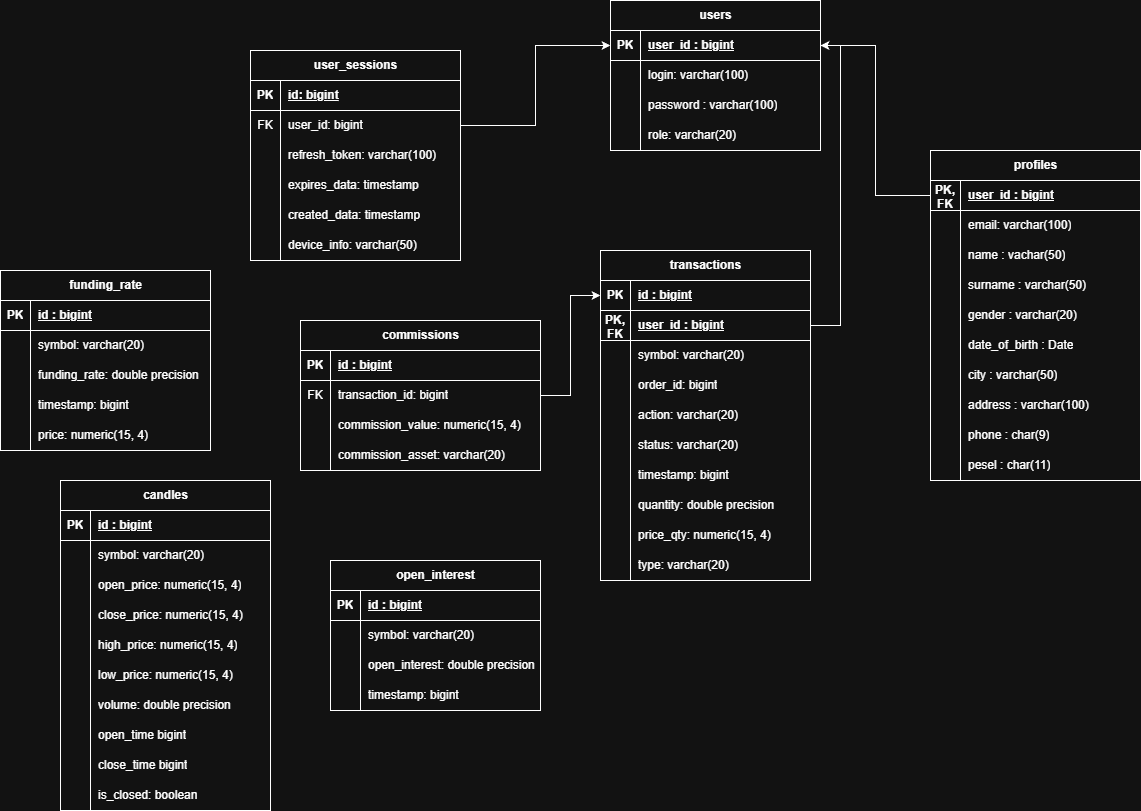
The draw.io diagram docs/db_schema.png in KonradHD/trading-system, before a commit. Source tidied: cells renumbered, new cells last; positions are measured from the earlier drawing's top-left corner, leaving out a move shared by most shapes.
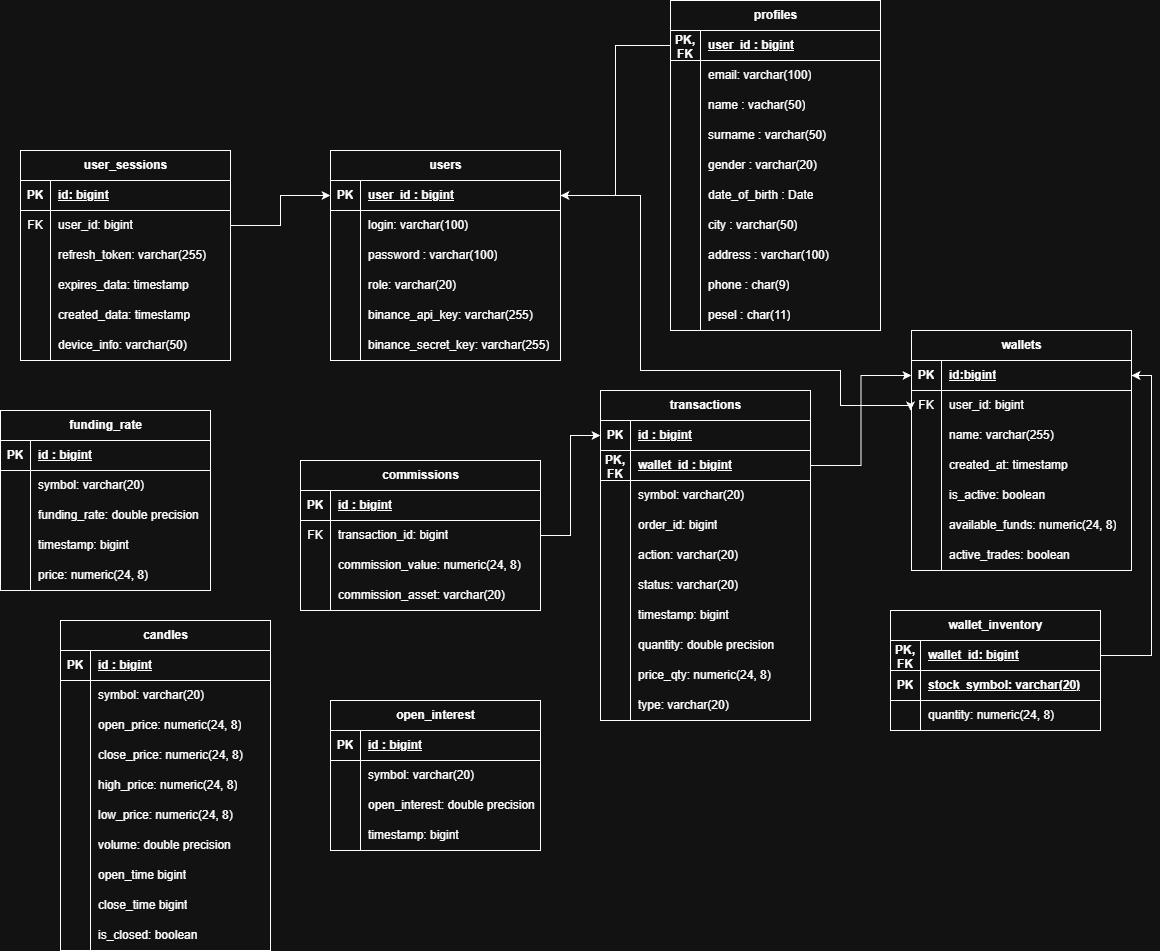
Above is the later version.

Diff of the diagram source:
```diff
@@ -5,6 +5,6 @@
     <mxCell id="2" value="users" style="shape=table;startSize=30;rowLines=0;fontStyle=1;align=center;html=1;" parent="1" vertex="1">
-      <mxGeometry x="610" width="210" height="150" as="geometry" />
+      <mxGeometry x="330" y="10" width="230" height="210" as="geometry" />
     </mxCell>
     <mxCell id="3" style="shape=tableRow;horizontal=0;startSize=0;swimlaneHead=0;swimlaneBody=0;fillColor=none;points=[[0,0.5],[1,0.5]];portConstraint=eastwest;top=0;left=0;right=0;bottom=1;" parent="2" vertex="1">
-      <mxGeometry y="30" width="210" height="30" as="geometry" />
+      <mxGeometry y="30" width="230" height="30" as="geometry" />
     </mxCell>
@@ -14,6 +14,6 @@
     <mxCell id="5" value="user_id : bigint" style="shape=partialRectangle;fillColor=none;top=0;left=0;bottom=0;right=0;align=left;spacingLeft=6;fontStyle=5;overflow=hidden;whiteSpace=wrap;html=1;" parent="3" vertex="1">
-      <mxGeometry x="30" width="180" height="30" as="geometry" />
+      <mxGeometry x="30" width="200" height="30" as="geometry" />
     </mxCell>
     <mxCell id="6" style="shape=tableRow;horizontal=0;startSize=0;swimlaneHead=0;swimlaneBody=0;fillColor=none;top=0;left=0;right=0;bottom=0;" parent="2" vertex="1">
-      <mxGeometry y="60" width="210" height="30" as="geometry" />
+      <mxGeometry y="60" width="230" height="30" as="geometry" />
     </mxCell>
@@ -23,6 +23,6 @@
     <mxCell id="8" value="login: varchar(100)" style="shape=partialRectangle;fillColor=none;top=0;left=0;bottom=0;right=0;align=left;spacingLeft=6;overflow=hidden;whiteSpace=wrap;html=1;" parent="6" vertex="1">
-      <mxGeometry x="30" width="180" height="30" as="geometry" />
+      <mxGeometry x="30" width="200" height="30" as="geometry" />
     </mxCell>
     <mxCell id="9" style="shape=tableRow;horizontal=0;startSize=0;swimlaneHead=0;swimlaneBody=0;fillColor=none;top=0;left=0;right=0;bottom=0;" parent="2" vertex="1">
-      <mxGeometry y="90" width="210" height="30" as="geometry" />
+      <mxGeometry y="90" width="230" height="30" as="geometry" />
     </mxCell>
@@ -32,6 +32,24 @@
     <mxCell id="11" value="password : varchar(100)" style="shape=partialRectangle;fillColor=none;top=0;left=0;bottom=0;right=0;align=left;spacingLeft=6;overflow=hidden;whiteSpace=wrap;html=1;" parent="9" vertex="1">
-      <mxGeometry x="30" width="180" height="30" as="geometry" />
+      <mxGeometry x="30" width="200" height="30" as="geometry" />
     </mxCell>
+    <mxCell id="173" style="shape=tableRow;horizontal=0;startSize=0;swimlaneHead=0;swimlaneBody=0;fillColor=none;top=0;left=0;right=0;bottom=0;" parent="2" vertex="1">
+      <mxGeometry y="120" width="230" height="30" as="geometry" />
+    </mxCell>
+    <mxCell id="174" style="shape=partialRectangle;fillColor=none;top=0;left=0;bottom=0;right=0;overflow=hidden;whiteSpace=wrap;html=1;" parent="173" vertex="1">
+      <mxGeometry width="30" height="30" as="geometry" />
+    </mxCell>
+    <mxCell id="175" value="role: varchar(20)" style="shape=partialRectangle;fillColor=none;top=0;left=0;bottom=0;right=0;align=left;spacingLeft=6;overflow=hidden;whiteSpace=wrap;html=1;" parent="173" vertex="1">
+      <mxGeometry x="30" width="200" height="30" as="geometry" />
+    </mxCell>
+    <mxCell id="176" style="shape=tableRow;horizontal=0;startSize=0;swimlaneHead=0;swimlaneBody=0;fillColor=none;top=0;left=0;right=0;bottom=0;" parent="2" vertex="1">
+      <mxGeometry y="150" width="230" height="30" as="geometry" />
+    </mxCell>
+    <mxCell id="177" style="shape=partialRectangle;fillColor=none;top=0;left=0;bottom=0;right=0;overflow=hidden;whiteSpace=wrap;html=1;" parent="176" vertex="1">
+      <mxGeometry width="30" height="30" as="geometry" />
+    </mxCell>
+    <mxCell id="178" value="binance_api_key: varchar(255)" style="shape=partialRectangle;fillColor=none;top=0;left=0;bottom=0;right=0;align=left;spacingLeft=6;overflow=hidden;whiteSpace=wrap;html=1;" parent="176" vertex="1">
+      <mxGeometry x="30" width="200" height="30" as="geometry" />
+    </mxCell>
     <mxCell id="12" style="shape=tableRow;horizontal=0;startSize=0;swimlaneHead=0;swimlaneBody=0;fillColor=none;top=0;left=0;right=0;bottom=0;" parent="2" vertex="1">
-      <mxGeometry y="120" width="210" height="30" as="geometry" />
+      <mxGeometry y="180" width="230" height="30" as="geometry" />
     </mxCell>
@@ -40,7 +58,7 @@
     </mxCell>
-    <mxCell id="14" value="role: varchar(20)" style="shape=partialRectangle;fillColor=none;top=0;left=0;bottom=0;right=0;align=left;spacingLeft=6;overflow=hidden;whiteSpace=wrap;html=1;" parent="12" vertex="1">
-      <mxGeometry x="30" width="180" height="30" as="geometry" />
+    <mxCell id="14" value="binance_secret_key: varchar(255)" style="shape=partialRectangle;fillColor=none;top=0;left=0;bottom=0;right=0;align=left;spacingLeft=6;overflow=hidden;whiteSpace=wrap;html=1;" parent="12" vertex="1">
+      <mxGeometry x="30" width="200" height="30" as="geometry" />
     </mxCell>
     <mxCell id="15" value="profiles" style="shape=table;startSize=30;rowLines=0;fontStyle=1;align=center;html=1;" parent="1" vertex="1">
-      <mxGeometry x="930" y="150" width="210" height="330" as="geometry" />
+      <mxGeometry x="670" y="-140" width="210" height="330" as="geometry" />
     </mxCell>
@@ -140,3 +158,3 @@
     <mxCell id="47" value="user_sessions" style="shape=table;startSize=30;rowLines=0;fontStyle=1;align=center;html=1;" parent="1" vertex="1">
-      <mxGeometry x="250" y="50" width="210" height="210" as="geometry" />
+      <mxGeometry x="20" y="10" width="210" height="210" as="geometry" />
     </mxCell>
@@ -166,3 +184,3 @@
     </mxCell>
-    <mxCell id="56" value="refresh_token: varchar(100)" style="shape=partialRectangle;fillColor=none;top=0;left=0;bottom=0;right=0;align=left;spacingLeft=6;overflow=hidden;whiteSpace=wrap;html=1;" parent="54" vertex="1">
+    <mxCell id="56" value="refresh_token: varchar(255)" style="shape=partialRectangle;fillColor=none;top=0;left=0;bottom=0;right=0;align=left;spacingLeft=6;overflow=hidden;whiteSpace=wrap;html=1;" parent="54" vertex="1">
       <mxGeometry x="30" width="180" height="30" as="geometry" />
@@ -226,3 +244,3 @@
     </mxCell>
-    <mxCell id="76" value="open_price: numeric(15, 4)" style="shape=partialRectangle;fillColor=none;top=0;left=0;bottom=0;right=0;align=left;spacingLeft=6;overflow=hidden;whiteSpace=wrap;html=1;" parent="74" vertex="1">
+    <mxCell id="76" value="open_price: numeric(24, 8)" style="shape=partialRectangle;fillColor=none;top=0;left=0;bottom=0;right=0;align=left;spacingLeft=6;overflow=hidden;whiteSpace=wrap;html=1;" parent="74" vertex="1">
       <mxGeometry x="30" width="180" height="30" as="geometry" />
@@ -235,3 +253,3 @@
     </mxCell>
-    <mxCell id="79" value="close_price: numeric(15, 4)" style="shape=partialRectangle;fillColor=none;top=0;left=0;bottom=0;right=0;align=left;spacingLeft=6;overflow=hidden;whiteSpace=wrap;html=1;" parent="77" vertex="1">
+    <mxCell id="79" value="close_price: numeric(24, 8)" style="shape=partialRectangle;fillColor=none;top=0;left=0;bottom=0;right=0;align=left;spacingLeft=6;overflow=hidden;whiteSpace=wrap;html=1;" parent="77" vertex="1">
       <mxGeometry x="30" width="180" height="30" as="geometry" />
@@ -244,3 +262,3 @@
     </mxCell>
-    <mxCell id="82" value="high_price: numeric(15, 4)" style="shape=partialRectangle;fillColor=none;top=0;left=0;bottom=0;right=0;align=left;spacingLeft=6;overflow=hidden;whiteSpace=wrap;html=1;" parent="80" vertex="1">
+    <mxCell id="82" value="high_price: numeric(24, 8)" style="shape=partialRectangle;fillColor=none;top=0;left=0;bottom=0;right=0;align=left;spacingLeft=6;overflow=hidden;whiteSpace=wrap;html=1;" parent="80" vertex="1">
       <mxGeometry x="30" width="180" height="30" as="geometry" />
@@ -253,3 +271,3 @@
     </mxCell>
-    <mxCell id="85" value="low_price: numeric(15, 4)" style="shape=partialRectangle;fillColor=none;top=0;left=0;bottom=0;right=0;align=left;spacingLeft=6;overflow=hidden;whiteSpace=wrap;html=1;" parent="83" vertex="1">
+    <mxCell id="85" value="low_price: numeric(24, 8)" style="shape=partialRectangle;fillColor=none;top=0;left=0;bottom=0;right=0;align=left;spacingLeft=6;overflow=hidden;whiteSpace=wrap;html=1;" parent="83" vertex="1">
       <mxGeometry x="30" width="180" height="30" as="geometry" />
@@ -376,3 +394,3 @@
     </mxCell>
-    <mxCell id="126" value="price: numeric(15, 4)" style="shape=partialRectangle;fillColor=none;top=0;left=0;bottom=0;right=0;align=left;spacingLeft=6;overflow=hidden;whiteSpace=wrap;html=1;" parent="124" vertex="1">
+    <mxCell id="126" value="price: numeric(24, 8)" style="shape=partialRectangle;fillColor=none;top=0;left=0;bottom=0;right=0;align=left;spacingLeft=6;overflow=hidden;whiteSpace=wrap;html=1;" parent="124" vertex="1">
       <mxGeometry x="30" width="180" height="30" as="geometry" />
@@ -397,3 +415,3 @@
     </mxCell>
-    <mxCell id="133" value="user_id : bigint" style="shape=partialRectangle;fillColor=none;top=0;left=0;bottom=0;right=0;align=left;spacingLeft=6;fontStyle=5;overflow=hidden;whiteSpace=wrap;html=1;" parent="131" vertex="1">
+    <mxCell id="133" value="wallet_id : bigint" style="shape=partialRectangle;fillColor=none;top=0;left=0;bottom=0;right=0;align=left;spacingLeft=6;fontStyle=5;overflow=hidden;whiteSpace=wrap;html=1;" parent="131" vertex="1">
       <mxGeometry x="30" width="180" height="30" as="geometry" />
@@ -460,3 +478,3 @@
     </mxCell>
-    <mxCell id="154" value="price_qty: numeric(15, 4)" style="shape=partialRectangle;fillColor=none;top=0;left=0;bottom=0;right=0;align=left;spacingLeft=6;overflow=hidden;whiteSpace=wrap;html=1;" parent="152" vertex="1">
+    <mxCell id="154" value="price_qty: numeric(24, 8)" style="shape=partialRectangle;fillColor=none;top=0;left=0;bottom=0;right=0;align=left;spacingLeft=6;overflow=hidden;whiteSpace=wrap;html=1;" parent="152" vertex="1">
       <mxGeometry x="30" width="180" height="30" as="geometry" />
@@ -499,3 +517,3 @@
     </mxCell>
-    <mxCell id="167" value="commission_value: numeric(15, 4)" style="shape=partialRectangle;fillColor=none;top=0;left=0;bottom=0;right=0;align=left;spacingLeft=6;overflow=hidden;whiteSpace=wrap;html=1;" parent="165" vertex="1">
+    <mxCell id="167" value="commission_value: numeric(24, 8)" style="shape=partialRectangle;fillColor=none;top=0;left=0;bottom=0;right=0;align=left;spacingLeft=6;overflow=hidden;whiteSpace=wrap;html=1;" parent="165" vertex="1">
       <mxGeometry x="30" width="210" height="30" as="geometry" />
@@ -514,5 +532,116 @@
     </mxCell>
-    <mxCell id="172" style="edgeStyle=orthogonalEdgeStyle;rounded=0;jettySize=auto;html=1;entryX=1;entryY=0.5;entryDx=0;entryDy=0;" parent="1" edge="1" source="131" target="3">
+    <mxCell id="172" style="edgeStyle=orthogonalEdgeStyle;rounded=0;jettySize=auto;html=1;entryX=0;entryY=0.5;entryDx=0;entryDy=0;" parent="1" edge="1" source="131" target="180">
       <mxGeometry relative="1" as="geometry" />
     </mxCell>
+    <mxCell id="179" value="wallets" style="shape=table;startSize=30;rowLines=0;fontStyle=1;align=center;html=1;" parent="1" vertex="1">
+      <mxGeometry x="911" y="190" width="220" height="240" as="geometry" />
+    </mxCell>
+    <mxCell id="180" style="shape=tableRow;horizontal=0;startSize=0;swimlaneHead=0;swimlaneBody=0;fillColor=none;points=[[0,0.5],[1,0.5]];portConstraint=eastwest;top=0;left=0;right=0;bottom=1;" parent="179" vertex="1">
+      <mxGeometry y="30" width="220" height="30" as="geometry" />
+    </mxCell>
+    <mxCell id="181" value="PK" style="shape=partialRectangle;fillColor=none;top=0;left=0;bottom=0;right=0;fontStyle=1;overflow=hidden;whiteSpace=wrap;html=1;" parent="180" vertex="1">
+      <mxGeometry width="30" height="30" as="geometry" />
+    </mxCell>
+    <mxCell id="182" value="id:bigint" style="shape=partialRectangle;fillColor=none;top=0;left=0;bottom=0;right=0;align=left;spacingLeft=6;fontStyle=5;overflow=hidden;whiteSpace=wrap;html=1;" parent="180" vertex="1">
+      <mxGeometry x="30" width="190" height="30" as="geometry" />
+    </mxCell>
+    <mxCell id="183" style="shape=tableRow;horizontal=0;startSize=0;swimlaneHead=0;swimlaneBody=0;fillColor=none;top=0;left=0;right=0;bottom=0;" parent="179" vertex="1">
+      <mxGeometry y="60" width="220" height="30" as="geometry" />
+    </mxCell>
+    <mxCell id="184" value="FK" style="shape=partialRectangle;fillColor=none;top=0;left=0;bottom=0;right=0;overflow=hidden;whiteSpace=wrap;html=1;" parent="183" vertex="1">
+      <mxGeometry width="30" height="30" as="geometry" />
+    </mxCell>
+    <mxCell id="185" value="user_id: bigint" style="shape=partialRectangle;fillColor=none;top=0;left=0;bottom=0;right=0;align=left;spacingLeft=6;overflow=hidden;whiteSpace=wrap;html=1;" parent="183" vertex="1">
+      <mxGeometry x="30" width="190" height="30" as="geometry" />
+    </mxCell>
+    <mxCell id="186" style="shape=tableRow;horizontal=0;startSize=0;swimlaneHead=0;swimlaneBody=0;fillColor=none;top=0;left=0;right=0;bottom=0;" parent="179" vertex="1">
+      <mxGeometry y="90" width="220" height="30" as="geometry" />
+    </mxCell>
+    <mxCell id="187" style="shape=partialRectangle;fillColor=none;top=0;left=0;bottom=0;right=0;overflow=hidden;whiteSpace=wrap;html=1;" parent="186" vertex="1">
+      <mxGeometry width="30" height="30" as="geometry" />
+    </mxCell>
+    <mxCell id="188" value="name: varchar(255)" style="shape=partialRectangle;fillColor=none;top=0;left=0;bottom=0;right=0;align=left;spacingLeft=6;overflow=hidden;whiteSpace=wrap;html=1;" parent="186" vertex="1">
+      <mxGeometry x="30" width="190" height="30" as="geometry" />
+    </mxCell>
+    <mxCell id="189" style="shape=tableRow;horizontal=0;startSize=0;swimlaneHead=0;swimlaneBody=0;fillColor=none;top=0;left=0;right=0;bottom=0;" parent="179" vertex="1">
+      <mxGeometry y="120" width="220" height="30" as="geometry" />
+    </mxCell>
+    <mxCell id="190" style="shape=partialRectangle;fillColor=none;top=0;left=0;bottom=0;right=0;overflow=hidden;whiteSpace=wrap;html=1;" parent="189" vertex="1">
+      <mxGeometry width="30" height="30" as="geometry" />
+    </mxCell>
+    <mxCell id="191" value="created_at: timestamp" style="shape=partialRectangle;fillColor=none;top=0;left=0;bottom=0;right=0;align=left;spacingLeft=6;overflow=hidden;whiteSpace=wrap;html=1;" parent="189" vertex="1">
+      <mxGeometry x="30" width="190" height="30" as="geometry" />
+    </mxCell>
+    <mxCell id="192" style="shape=tableRow;horizontal=0;startSize=0;swimlaneHead=0;swimlaneBody=0;fillColor=none;top=0;left=0;right=0;bottom=0;" parent="179" vertex="1">
+      <mxGeometry y="150" width="220" height="30" as="geometry" />
+    </mxCell>
+    <mxCell id="193" style="shape=partialRectangle;fillColor=none;top=0;left=0;bottom=0;right=0;overflow=hidden;whiteSpace=wrap;html=1;" parent="192" vertex="1">
+      <mxGeometry width="30" height="30" as="geometry" />
+    </mxCell>
+    <mxCell id="194" value="is_active: boolean" style="shape=partialRectangle;fillColor=none;top=0;left=0;bottom=0;right=0;align=left;spacingLeft=6;overflow=hidden;whiteSpace=wrap;html=1;" parent="192" vertex="1">
+      <mxGeometry x="30" width="190" height="30" as="geometry" />
+    </mxCell>
+    <mxCell id="195" style="shape=tableRow;horizontal=0;startSize=0;swimlaneHead=0;swimlaneBody=0;fillColor=none;top=0;left=0;right=0;bottom=0;" parent="179" vertex="1">
+      <mxGeometry y="180" width="220" height="30" as="geometry" />
+    </mxCell>
+    <mxCell id="196" style="shape=partialRectangle;fillColor=none;top=0;left=0;bottom=0;right=0;overflow=hidden;whiteSpace=wrap;html=1;" parent="195" vertex="1">
+      <mxGeometry width="30" height="30" as="geometry" />
+    </mxCell>
+    <mxCell id="197" value="available_funds: numeric(24, 8)" style="shape=partialRectangle;fillColor=none;top=0;left=0;bottom=0;right=0;align=left;spacingLeft=6;overflow=hidden;whiteSpace=wrap;html=1;" parent="195" vertex="1">
+      <mxGeometry x="30" width="190" height="30" as="geometry" />
+    </mxCell>
+    <mxCell id="198" style="shape=tableRow;horizontal=0;startSize=0;swimlaneHead=0;swimlaneBody=0;fillColor=none;top=0;left=0;right=0;bottom=0;" parent="179" vertex="1">
+      <mxGeometry y="210" width="220" height="30" as="geometry" />
+    </mxCell>
+    <mxCell id="199" style="shape=partialRectangle;fillColor=none;top=0;left=0;bottom=0;right=0;overflow=hidden;whiteSpace=wrap;html=1;" parent="198" vertex="1">
+      <mxGeometry width="30" height="30" as="geometry" />
+    </mxCell>
+    <mxCell id="200" value="active_trades: boolean" style="shape=partialRectangle;fillColor=none;top=0;left=0;bottom=0;right=0;align=left;spacingLeft=6;overflow=hidden;whiteSpace=wrap;html=1;" parent="198" vertex="1">
+      <mxGeometry x="30" width="190" height="30" as="geometry" />
+    </mxCell>
+    <mxCell id="201" value="wallet_inventory" style="shape=table;startSize=30;rowLines=0;fontStyle=1;align=center;html=1;" parent="1" vertex="1">
+      <mxGeometry x="890" y="470" width="210" height="120" as="geometry" />
+    </mxCell>
+    <mxCell id="202" style="shape=tableRow;horizontal=0;startSize=0;swimlaneHead=0;swimlaneBody=0;fillColor=none;points=[[0,0.5],[1,0.5]];portConstraint=eastwest;top=0;left=0;right=0;bottom=1;" parent="201" vertex="1">
+      <mxGeometry y="30" width="210" height="30" as="geometry" />
+    </mxCell>
+    <mxCell id="203" value="PK, FK" style="shape=partialRectangle;fillColor=none;top=0;left=0;bottom=0;right=0;fontStyle=1;overflow=hidden;whiteSpace=wrap;html=1;" parent="202" vertex="1">
+      <mxGeometry width="30" height="30" as="geometry" />
+    </mxCell>
+    <mxCell id="204" value="wallet_id: bigint" style="shape=partialRectangle;fillColor=none;top=0;left=0;bottom=0;right=0;align=left;spacingLeft=6;fontStyle=5;overflow=hidden;whiteSpace=wrap;html=1;" parent="202" vertex="1">
+      <mxGeometry x="30" width="180" height="30" as="geometry" />
+    </mxCell>
+    <mxCell id="205" style="shape=tableRow;horizontal=0;startSize=0;swimlaneHead=0;swimlaneBody=0;fillColor=none;top=0;left=0;right=0;bottom=1;" parent="201" vertex="1">
+      <mxGeometry y="60" width="210" height="30" as="geometry" />
+    </mxCell>
+    <mxCell id="206" value="PK" style="shape=partialRectangle;fillColor=none;top=0;left=0;bottom=0;right=0;fontStyle=1;overflow=hidden;whiteSpace=wrap;html=1;" parent="205" vertex="1">
+      <mxGeometry width="30" height="30" as="geometry" />
+    </mxCell>
+    <mxCell id="207" value="stock_symbol: varchar(20)" style="shape=partialRectangle;fillColor=none;top=0;left=0;bottom=0;right=0;align=left;spacingLeft=6;fontStyle=5;overflow=hidden;whiteSpace=wrap;html=1;" parent="205" vertex="1">
+      <mxGeometry x="30" width="180" height="30" as="geometry" />
+    </mxCell>
+    <mxCell id="208" style="shape=tableRow;horizontal=0;startSize=0;swimlaneHead=0;swimlaneBody=0;fillColor=none;top=0;left=0;right=0;bottom=0;" parent="201" vertex="1">
+      <mxGeometry y="90" width="210" height="30" as="geometry" />
+    </mxCell>
+    <mxCell id="209" style="shape=partialRectangle;fillColor=none;top=0;left=0;bottom=0;right=0;overflow=hidden;whiteSpace=wrap;html=1;" parent="208" vertex="1">
+      <mxGeometry width="30" height="30" as="geometry" />
+    </mxCell>
+    <mxCell id="210" value="quantity: numeric(24, 8)" style="shape=partialRectangle;fillColor=none;top=0;left=0;bottom=0;right=0;align=left;spacingLeft=6;overflow=hidden;whiteSpace=wrap;html=1;" parent="208" vertex="1">
+      <mxGeometry x="30" width="180" height="30" as="geometry" />
+    </mxCell>
+    <mxCell id="211" style="edgeStyle=orthogonalEdgeStyle;rounded=0;jettySize=auto;html=1;entryX=1;entryY=0.5;entryDx=0;entryDy=0;" parent="1" edge="1" source="202" target="180">
+      <mxGeometry relative="1" as="geometry" />
+    </mxCell>
+    <mxCell id="212" style="edgeStyle=orthogonalEdgeStyle;rounded=0;jettySize=auto;html=1;" parent="1" edge="1" source="3">
+      <mxGeometry relative="1" as="geometry">
+        <mxPoint x="910" y="270" as="targetPoint" />
+        <Array as="points">
+          <mxPoint x="640" y="55" />
+          <mxPoint x="640" y="230" />
+          <mxPoint x="840" y="230" />
+          <mxPoint x="840" y="265" />
+          <mxPoint x="910" y="265" />
+        </Array>
+      </mxGeometry>
+    </mxCell>
   </root>
```
